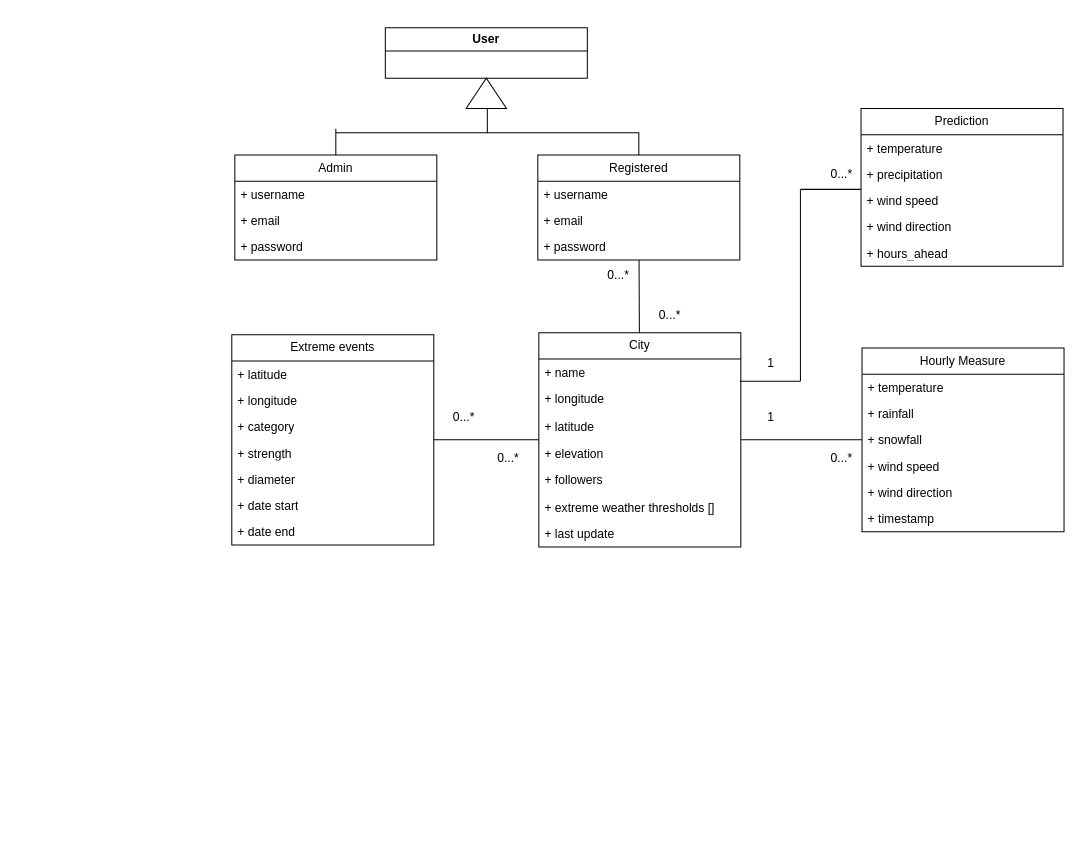
This is uml.drawio from AlessioSmn/Italy-Weather-Prediction-App, a draw.io file, before an edit. Source tidied: cells renumbered, new cells numbered last; positions are measured from the earlier drawing's top-left corner, leaving out a move shared by most shapes. Both pictures are drawn from the tidied source at 101%, with x=0, y=0 at pixel (231, 27).
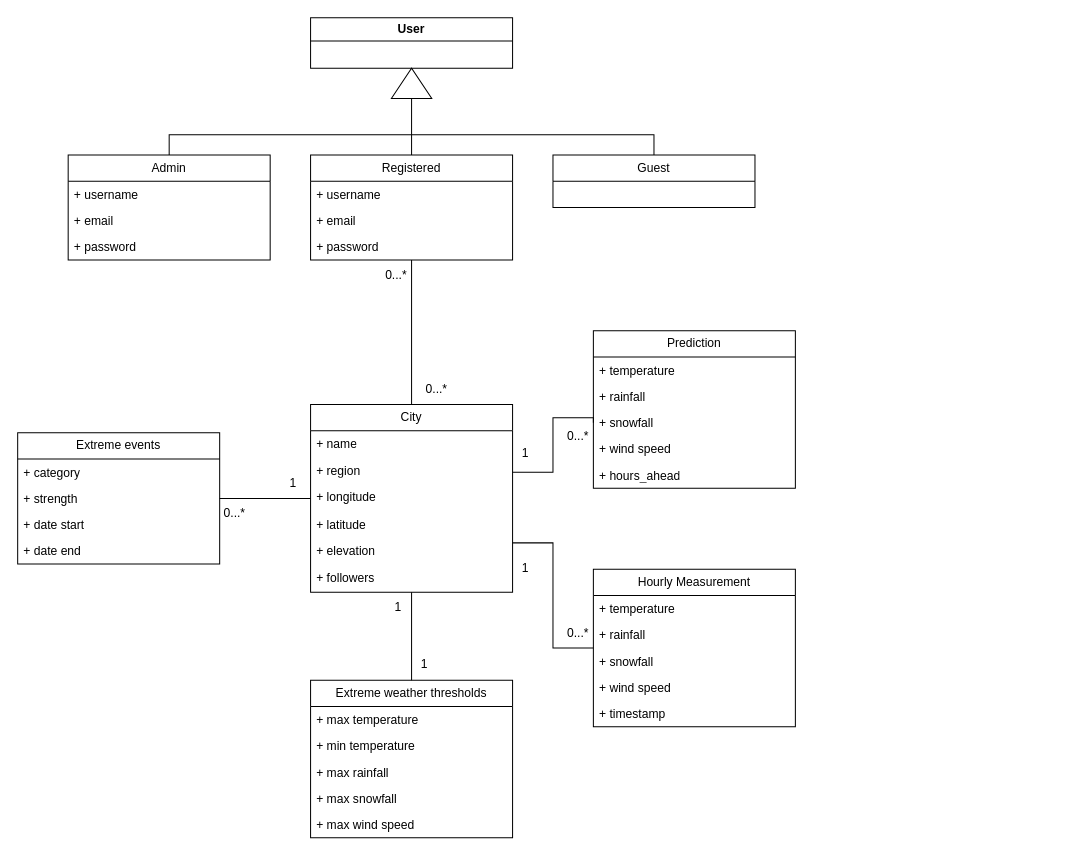
Above is the later version.

The edit, as a diff of the source:
```diff
@@
     <mxCell id="2" value="User" style="swimlane;whiteSpace=wrap;html=1;startSize=23;" parent="1" vertex="1">
-      <mxGeometry x="152" width="200" height="50" as="geometry" />
+      <mxGeometry x="78" y="-10" width="200" height="50" as="geometry" />
     </mxCell>
-    <mxCell id="3" style="edgeStyle=orthogonalEdgeStyle;rounded=0;jettySize=auto;html=1;exitX=0.5;exitY=0;exitDx=0;exitDy=0;entryX=0;entryY=0.5;entryDx=0;entryDy=0;" parent="1" edge="1" source="40" target="4">
-      <mxGeometry relative="1" as="geometry">
-        <Array as="points">
-          <mxPoint x="403" y="104" />
-          <mxPoint x="253" y="104" />
-          <mxPoint x="253" y="60" />
-          <mxPoint x="252" y="60" />
-        </Array>
-      </mxGeometry>
-    </mxCell>
     <mxCell id="4" style="triangle;whiteSpace=wrap;html=1;direction=north;" parent="1" vertex="1">
-      <mxGeometry x="232" y="50" width="40" height="30" as="geometry" />
+      <mxGeometry x="158" y="40" width="40" height="30" as="geometry" />
     </mxCell>
@@
-    <mxCell id="6" style="endArrow=none;html=1;rounded=0;" parent="1" edge="1" source="27" target="18">
-      <mxGeometry relative="1" as="geometry" />
+    <mxCell id="6" style="endArrow=none;html=1;rounded=0;edgeStyle=orthogonalEdgeStyle;" parent="1" edge="1" source="27" target="18">
+      <mxGeometry relative="1" as="geometry">
+        <Array as="points">
+          <mxPoint x="318" y="614" />
+          <mxPoint x="318" y="510" />
+        </Array>
+      </mxGeometry>
     </mxCell>
     <mxCell id="7" value="Extreme events" style="swimlane;fontStyle=0;horizontal=1;startSize=26;fillColor=none;whiteSpace=wrap;html=1;" parent="1" vertex="1">
-      <mxGeometry y="304" width="200" height="208" as="geometry" />
+      <mxGeometry x="-212" y="401" width="200" height="130" as="geometry" />
     </mxCell>
-    <mxCell id="8" value="+ latitude" style="text;strokeColor=none;fillColor=none;align=left;verticalAlign=top;spacingLeft=4;spacingRight=4;overflow=hidden;whiteSpace=wrap;html=1;" parent="7" vertex="1">
-      <mxGeometry y="26" width="200" height="26" as="geometry" />
-    </mxCell>
-    <mxCell id="9" value="+ longitude" style="text;strokeColor=none;fillColor=none;align=left;verticalAlign=top;spacingLeft=4;spacingRight=4;overflow=hidden;whiteSpace=wrap;html=1;" parent="7" vertex="1">
-      <mxGeometry y="52" width="200" height="26" as="geometry" />
-    </mxCell>
     <mxCell id="10" value="+ category" style="text;strokeColor=none;fillColor=none;align=left;verticalAlign=top;spacingLeft=4;spacingRight=4;overflow=hidden;whiteSpace=wrap;html=1;" parent="7" vertex="1">
-      <mxGeometry y="78" width="200" height="26" as="geometry" />
+      <mxGeometry y="26" width="200" height="26" as="geometry" />
     </mxCell>
     <mxCell id="11" value="+ strength" style="text;strokeColor=none;fillColor=none;align=left;verticalAlign=top;spacingLeft=4;spacingRight=4;overflow=hidden;points=[[0,0.5],[1,0.5]];portConstraint=eastwest;whiteSpace=wrap;html=1;" parent="7" vertex="1">
-      <mxGeometry y="104" width="200" height="26" as="geometry" />
+      <mxGeometry y="52" width="200" height="26" as="geometry" />
     </mxCell>
-    <mxCell id="12" value="+ diameter" style="text;strokeColor=none;fillColor=none;align=left;verticalAlign=top;spacingLeft=4;spacingRight=4;overflow=hidden;whiteSpace=wrap;html=1;" parent="7" vertex="1">
-      <mxGeometry y="130" width="200" height="26" as="geometry" />
-    </mxCell>
     <mxCell id="13" value="+ date start" style="text;strokeColor=none;fillColor=none;align=left;verticalAlign=top;spacingLeft=4;spacingRight=4;overflow=hidden;whiteSpace=wrap;html=1;" parent="7" vertex="1">
-      <mxGeometry y="156" width="200" height="26" as="geometry" />
+      <mxGeometry y="78" width="200" height="26" as="geometry" />
     </mxCell>
     <mxCell id="14" value="+ date end" style="text;strokeColor=none;fillColor=none;align=left;verticalAlign=top;spacingLeft=4;spacingRight=4;overflow=hidden;whiteSpace=wrap;html=1;" parent="7" vertex="1">
-      <mxGeometry y="182" width="200" height="26" as="geometry" />
+      <mxGeometry y="104" width="200" height="26" as="geometry" />
     </mxCell>
-    <mxCell id="15" style="edgeStyle=orthogonalEdgeStyle;rounded=0;jettySize=auto;html=1;endArrow=none;endFill=0;" parent="1" edge="1" source="7" target="18">
-      <mxGeometry relative="1" as="geometry" />
-    </mxCell>
-    <mxCell id="16" value="0...*" style="text;html=1;align=center;verticalAlign=middle;whiteSpace=wrap;rounded=0;" parent="1" vertex="1">
-      <mxGeometry x="200" y="371" width="60" height="30" as="geometry" />
-    </mxCell>
-    <mxCell id="17" value="0...*" style="text;html=1;align=center;verticalAlign=middle;whiteSpace=wrap;rounded=0;" parent="1" vertex="1">
-      <mxGeometry x="244" y="411" width="60" height="30" as="geometry" />
+    <mxCell id="17" value="1" style="text;html=1;align=center;verticalAlign=middle;whiteSpace=wrap;rounded=0;" parent="1" vertex="1">
+      <mxGeometry x="48" y="436" width="26" height="30" as="geometry" />
     </mxCell>
+    <mxCell id="58" style="edgeStyle=orthogonalEdgeStyle;rounded=0;jettySize=auto;html=1;entryX=0.5;entryY=0;entryDx=0;entryDy=0;endArrow=none;startFill=0;" parent="1" edge="1" source="18" target="70">
+      <mxGeometry relative="1" as="geometry" />
+    </mxCell>
     <mxCell id="18" value="City" style="swimlane;fontStyle=0;horizontal=1;startSize=26;fillColor=none;whiteSpace=wrap;html=1;" parent="1" vertex="1">
-      <mxGeometry x="304" y="302" width="200" height="212" as="geometry" />
+      <mxGeometry x="78" y="373" width="200" height="186" as="geometry" />
     </mxCell>
@@
+    <mxCell id="24" value="+ region" style="text;strokeColor=none;fillColor=none;align=left;verticalAlign=top;spacingLeft=4;spacingRight=4;overflow=hidden;whiteSpace=wrap;html=1;" parent="18" vertex="1">
+      <mxGeometry y="52" width="200" height="26" as="geometry" />
+    </mxCell>
     <mxCell id="20" value="+ longitude" style="text;strokeColor=none;fillColor=none;align=left;verticalAlign=top;spacingLeft=4;spacingRight=4;overflow=hidden;whiteSpace=wrap;html=1;" parent="18" vertex="1">
-      <mxGeometry y="52" width="200" height="28" as="geometry" />
+      <mxGeometry y="78" width="200" height="28" as="geometry" />
     </mxCell>
     <mxCell id="21" value="+ latitude" style="text;strokeColor=none;fillColor=none;align=left;verticalAlign=top;spacingLeft=4;spacingRight=4;overflow=hidden;whiteSpace=wrap;html=1;" parent="18" vertex="1">
-      <mxGeometry y="80" width="200" height="26" as="geometry" />
+      <mxGeometry y="106" width="200" height="26" as="geometry" />
     </mxCell>
     <mxCell id="22" value="+ elevation" style="text;strokeColor=none;fillColor=none;align=left;verticalAlign=top;spacingLeft=4;spacingRight=4;overflow=hidden;whiteSpace=wrap;html=1;" parent="18" vertex="1">
-      <mxGeometry y="106" width="200" height="26" as="geometry" />
+      <mxGeometry y="132" width="200" height="26" as="geometry" />
     </mxCell>
     <mxCell id="23" value="+ followers" style="text;strokeColor=none;fillColor=none;align=left;verticalAlign=top;spacingLeft=4;spacingRight=4;overflow=hidden;whiteSpace=wrap;html=1;" parent="18" vertex="1">
-      <mxGeometry y="132" width="200" height="28" as="geometry" />
+      <mxGeometry y="158" width="200" height="28" as="geometry" />
     </mxCell>
-    <mxCell id="24" value="+ extreme weather thresholds []" style="text;strokeColor=none;fillColor=none;align=left;verticalAlign=top;spacingLeft=4;spacingRight=4;overflow=hidden;whiteSpace=wrap;html=1;" parent="18" vertex="1">
-      <mxGeometry y="160" width="200" height="26" as="geometry" />
-    </mxCell>
-    <mxCell id="25" value="+ last update" style="text;strokeColor=none;fillColor=none;align=left;verticalAlign=top;spacingLeft=4;spacingRight=4;overflow=hidden;whiteSpace=wrap;html=1;" parent="18" vertex="1">
-      <mxGeometry y="186" width="200" height="26" as="geometry" />
-    </mxCell>
-    <mxCell id="26" value="0...*" style="text;html=1;align=center;verticalAlign=middle;whiteSpace=wrap;rounded=0;" parent="1" vertex="1">
-      <mxGeometry x="404" y="270" width="60" height="30" as="geometry" />
-    </mxCell>
-    <mxCell id="27" value="Hourly Measure" style="swimlane;fontStyle=0;horizontal=1;startSize=26;fillColor=none;whiteSpace=wrap;html=1;" parent="1" vertex="1">
-      <mxGeometry x="624" y="317" width="200" height="182" as="geometry" />
+    <mxCell id="27" value="Hourly Measurement" style="swimlane;fontStyle=0;horizontal=1;startSize=26;fillColor=none;whiteSpace=wrap;html=1;" parent="1" vertex="1">
+      <mxGeometry x="358" y="536" width="200" height="156" as="geometry" />
     </mxCell>
@@
-    <mxCell id="32" value="+ wind direction" style="text;strokeColor=none;fillColor=none;align=left;verticalAlign=top;spacingLeft=4;spacingRight=4;overflow=hidden;whiteSpace=wrap;html=1;" parent="27" vertex="1">
-      <mxGeometry y="130" width="200" height="26" as="geometry" />
-    </mxCell>
     <mxCell id="33" value="+ timestamp" style="text;strokeColor=none;fillColor=none;align=left;verticalAlign=top;spacingLeft=4;spacingRight=4;overflow=hidden;whiteSpace=wrap;html=1;" parent="27" vertex="1">
-      <mxGeometry y="156" width="200" height="26" as="geometry" />
+      <mxGeometry y="130" width="200" height="26" as="geometry" />
     </mxCell>
-    <mxCell id="34" value="1" style="text;html=1;align=center;verticalAlign=middle;whiteSpace=wrap;rounded=0;" parent="1" vertex="1">
-      <mxGeometry x="504" y="371" width="60" height="30" as="geometry" />
-    </mxCell>
-    <mxCell id="35" value="0...*" style="text;html=1;align=center;verticalAlign=middle;whiteSpace=wrap;rounded=0;" parent="1" vertex="1">
-      <mxGeometry x="574" y="411" width="60" height="30" as="geometry" />
-    </mxCell>
+    <mxCell id="59" style="edgeStyle=orthogonalEdgeStyle;rounded=0;jettySize=auto;html=1;exitX=0.5;exitY=0;exitDx=0;exitDy=0;entryX=0.5;entryY=0;entryDx=0;entryDy=0;endArrow=none;startFill=0;" parent="1" edge="1" source="36" target="62">
+      <mxGeometry relative="1" as="geometry" />
+    </mxCell>
     <mxCell id="36" value="Admin" style="swimlane;fontStyle=0;horizontal=1;startSize=26;fillColor=none;whiteSpace=wrap;html=1;" parent="1" vertex="1">
-      <mxGeometry x="3" y="126" width="200" height="104" as="geometry" />
+      <mxGeometry x="-162" y="126" width="200" height="104" as="geometry" />
     </mxCell>
@@
+    <mxCell id="3" style="edgeStyle=orthogonalEdgeStyle;rounded=0;jettySize=auto;html=1;exitX=0.5;exitY=0;exitDx=0;exitDy=0;entryX=0;entryY=0.5;entryDx=0;entryDy=0;endArrow=none;startFill=0;" parent="1" edge="1" source="40" target="4">
+      <mxGeometry relative="1" as="geometry" />
+    </mxCell>
     <mxCell id="40" value="Registered" style="swimlane;fontStyle=0;horizontal=1;startSize=26;fillColor=none;whiteSpace=wrap;html=1;" parent="1" vertex="1">
-      <mxGeometry x="303" y="126" width="200" height="104" as="geometry" />
+      <mxGeometry x="78" y="126" width="200" height="104" as="geometry" />
     </mxCell>
@@
     <mxCell id="44" value="0...*" style="text;html=1;align=center;verticalAlign=middle;whiteSpace=wrap;rounded=0;" parent="1" vertex="1">
-      <mxGeometry x="353" y="230" width="60" height="30" as="geometry" />
+      <mxGeometry x="148" y="230" width="30" height="30" as="geometry" />
     </mxCell>
-    <mxCell id="45" style="endArrow=none;html=1;rounded=0;exitX=0.5;exitY=0;exitDx=0;exitDy=0;" parent="1" edge="1">
-      <mxGeometry relative="1" as="geometry">
-        <mxPoint x="103" y="126" as="sourcePoint" />
-        <mxPoint x="103" y="100" as="targetPoint" />
-      </mxGeometry>
-    </mxCell>
-    <mxCell id="46" style="endArrow=none;html=1;rounded=0;" parent="1" edge="1">
-      <mxGeometry relative="1" as="geometry">
-        <mxPoint x="103" y="104" as="sourcePoint" />
-        <mxPoint x="253" y="104" as="targetPoint" />
-      </mxGeometry>
-    </mxCell>
     <mxCell id="47" value="Prediction" style="swimlane;fontStyle=0;horizontal=1;startSize=26;fillColor=none;whiteSpace=wrap;html=1;" parent="1" vertex="1">
-      <mxGeometry x="623" y="80" width="200" height="156" as="geometry" />
+      <mxGeometry x="358" y="300" width="200" height="156" as="geometry" />
     </mxCell>
@@
+    <mxCell id="60" value="+ rainfall" style="text;strokeColor=none;fillColor=none;align=left;verticalAlign=top;spacingLeft=4;spacingRight=4;overflow=hidden;whiteSpace=wrap;html=1;" parent="47" vertex="1">
+      <mxGeometry y="52" width="200" height="26" as="geometry" />
+    </mxCell>
-    <mxCell id="49" value="+ precipitation" style="text;strokeColor=none;fillColor=none;align=left;verticalAlign=top;spacingLeft=4;spacingRight=4;overflow=hidden;points=[[0,0.5],[1,0.5]];portConstraint=eastwest;whiteSpace=wrap;html=1;" parent="47" vertex="1">
-      <mxGeometry y="52" width="200" height="26" as="geometry" />
+    <mxCell id="49" value="+ snowfall" style="text;strokeColor=none;fillColor=none;align=left;verticalAlign=top;spacingLeft=4;spacingRight=4;overflow=hidden;points=[[0,0.5],[1,0.5]];portConstraint=eastwest;whiteSpace=wrap;html=1;" parent="47" vertex="1">
+      <mxGeometry y="78" width="200" height="26" as="geometry" />
     </mxCell>
     <mxCell id="50" value="+ wind speed" style="text;strokeColor=none;fillColor=none;align=left;verticalAlign=top;spacingLeft=4;spacingRight=4;overflow=hidden;whiteSpace=wrap;html=1;" parent="47" vertex="1">
-      <mxGeometry y="78" width="200" height="26" as="geometry" />
+      <mxGeometry y="104" width="200" height="26" as="geometry" />
     </mxCell>
-    <mxCell id="51" value="+ wind direction" style="text;strokeColor=none;fillColor=none;align=left;verticalAlign=top;spacingLeft=4;spacingRight=4;overflow=hidden;whiteSpace=wrap;html=1;" parent="47" vertex="1">
-      <mxGeometry y="104" width="200" height="26" as="geometry" />
-    </mxCell>
@@
-    <mxCell id="53" style="endArrow=none;html=1;rounded=0;" parent="1" edge="1">
-      <mxGeometry relative="1" as="geometry">
-        <mxPoint x="503" y="350" as="sourcePoint" />
-        <mxPoint x="563" y="350" as="targetPoint" />
-      </mxGeometry>
-    </mxCell>
-    <mxCell id="54" style="endArrow=none;html=1;rounded=0;" parent="1" edge="1">
-      <mxGeometry relative="1" as="geometry">
-        <mxPoint x="563" y="350" as="sourcePoint" />
-        <mxPoint x="563" y="160" as="targetPoint" />
-      </mxGeometry>
-    </mxCell>
-    <mxCell id="55" style="endArrow=none;html=1;rounded=0;entryX=0;entryY=0.077;entryDx=0;entryDy=0;entryPerimeter=0;" parent="1" edge="1">
-      <mxGeometry relative="1" as="geometry">
-        <mxPoint x="563" y="160" as="sourcePoint" />
-        <mxPoint x="623" y="160" as="targetPoint" />
-      </mxGeometry>
-    </mxCell>
-    <mxCell id="56" value="1" style="text;html=1;align=center;verticalAlign=middle;whiteSpace=wrap;rounded=0;" parent="1" vertex="1">
-      <mxGeometry x="504" y="317" width="60" height="30" as="geometry" />
-    </mxCell>
-    <mxCell id="57" value="0...*" style="text;html=1;align=center;verticalAlign=middle;whiteSpace=wrap;rounded=0;" parent="1" vertex="1">
-      <mxGeometry x="574" y="130" width="60" height="30" as="geometry" />
-    </mxCell>
+    <mxCell id="61" style="rounded=0;jettySize=auto;html=1;exitX=0;exitY=0.5;exitDx=0;exitDy=0;endArrow=none;startFill=0;edgeStyle=orthogonalEdgeStyle;" parent="1" edge="1" source="49" target="18">
+      <mxGeometry relative="1" as="geometry">
+        <Array as="points">
+          <mxPoint x="358" y="386" />
+          <mxPoint x="318" y="386" />
+          <mxPoint x="318" y="440" />
+        </Array>
+      </mxGeometry>
+    </mxCell>
+    <mxCell id="62" value="Guest" style="swimlane;fontStyle=0;horizontal=1;startSize=26;fillColor=none;whiteSpace=wrap;html=1;" parent="1" vertex="1">
+      <mxGeometry x="318" y="126" width="200" height="52" as="geometry" />
+    </mxCell>
+    <mxCell id="63" style="rounded=0;jettySize=auto;html=1;exitX=1;exitY=0.5;exitDx=0;exitDy=0;endArrow=none;startFill=0;" parent="1" edge="1" source="11" target="18">
+      <mxGeometry relative="1" as="geometry" />
+    </mxCell>
+    <mxCell id="64" value="0...*" style="text;html=1;align=center;verticalAlign=middle;whiteSpace=wrap;rounded=0;" parent="1" vertex="1">
+      <mxGeometry x="188" y="343" width="30" height="30" as="geometry" />
+    </mxCell>
+    <mxCell id="65" value="1" style="text;html=1;align=center;verticalAlign=middle;whiteSpace=wrap;rounded=0;" parent="1" vertex="1">
+      <mxGeometry x="278" y="520" width="26" height="30" as="geometry" />
+    </mxCell>
+    <mxCell id="66" value="1" style="text;html=1;align=center;verticalAlign=middle;whiteSpace=wrap;rounded=0;" parent="1" vertex="1">
+      <mxGeometry x="278" y="406" width="26" height="30" as="geometry" />
+    </mxCell>
+    <mxCell id="67" value="0...*" style="text;html=1;align=center;verticalAlign=middle;whiteSpace=wrap;rounded=0;" parent="1" vertex="1">
+      <mxGeometry x="328" y="390" width="30" height="30" as="geometry" />
+    </mxCell>
+    <mxCell id="68" value="0...*" style="text;html=1;align=center;verticalAlign=middle;whiteSpace=wrap;rounded=0;" parent="1" vertex="1">
+      <mxGeometry x="328" y="585" width="30" height="30" as="geometry" />
+    </mxCell>
+    <mxCell id="69" value="0...*" style="text;html=1;align=center;verticalAlign=middle;whiteSpace=wrap;rounded=0;" parent="1" vertex="1">
+      <mxGeometry x="-12" y="466" width="30" height="30" as="geometry" />
+    </mxCell>
+    <mxCell id="70" value="Extreme weather thresholds" style="swimlane;fontStyle=0;horizontal=1;startSize=26;fillColor=none;whiteSpace=wrap;html=1;" parent="1" vertex="1">
+      <mxGeometry x="78" y="646" width="200" height="156" as="geometry" />
+    </mxCell>
+    <mxCell id="71" value="+ max temperature" style="text;strokeColor=none;fillColor=none;align=left;verticalAlign=top;spacingLeft=4;spacingRight=4;overflow=hidden;whiteSpace=wrap;html=1;" parent="70" vertex="1">
+      <mxGeometry y="26" width="200" height="26" as="geometry" />
+    </mxCell>
+    <mxCell id="72" value="+ min temperature" style="text;strokeColor=none;fillColor=none;align=left;verticalAlign=top;spacingLeft=4;spacingRight=4;overflow=hidden;whiteSpace=wrap;html=1;" parent="70" vertex="1">
+      <mxGeometry y="52" width="200" height="26" as="geometry" />
+    </mxCell>
+    <mxCell id="73" value="+ max rainfall" style="text;strokeColor=none;fillColor=none;align=left;verticalAlign=top;spacingLeft=4;spacingRight=4;overflow=hidden;whiteSpace=wrap;html=1;" parent="70" vertex="1">
+      <mxGeometry y="78" width="200" height="26" as="geometry" />
+    </mxCell>
+    <mxCell id="74" value="+ max snowfall" style="text;strokeColor=none;fillColor=none;align=left;verticalAlign=top;spacingLeft=4;spacingRight=4;overflow=hidden;whiteSpace=wrap;html=1;" parent="70" vertex="1">
+      <mxGeometry y="104" width="200" height="26" as="geometry" />
+    </mxCell>
+    <mxCell id="75" value="+ max wind speed" style="text;strokeColor=none;fillColor=none;align=left;verticalAlign=top;spacingLeft=4;spacingRight=4;overflow=hidden;whiteSpace=wrap;html=1;" parent="70" vertex="1">
+      <mxGeometry y="130" width="200" height="26" as="geometry" />
+    </mxCell>
+    <mxCell id="76" value="1" style="text;html=1;align=center;verticalAlign=middle;whiteSpace=wrap;rounded=0;" parent="1" vertex="1">
+      <mxGeometry x="152" y="559" width="26" height="30" as="geometry" />
+    </mxCell>
+    <mxCell id="77" value="1" style="text;html=1;align=center;verticalAlign=middle;whiteSpace=wrap;rounded=0;" parent="1" vertex="1">
+      <mxGeometry x="178" y="615" width="26" height="30" as="geometry" />
+    </mxCell>
```
